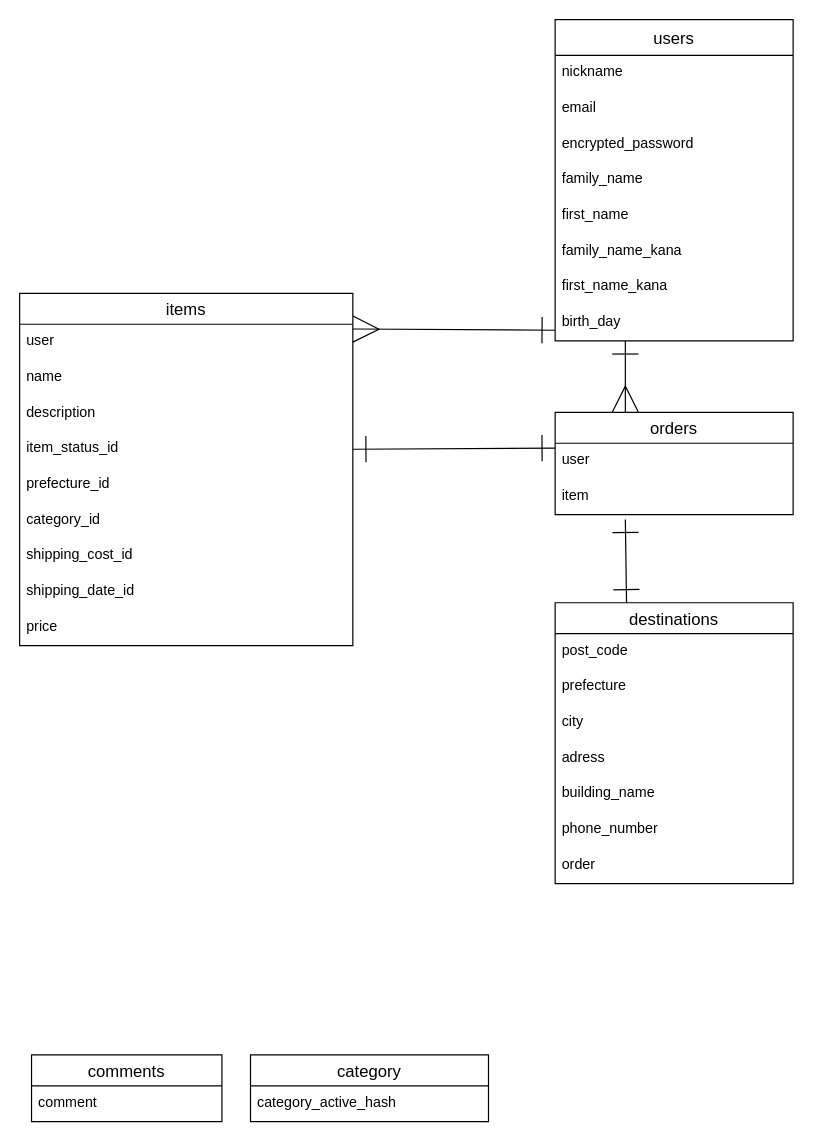
This is furima.dio from rinoa349/furima-38927, a draw.io file, before an edit. Source tidied: cells renumbered, new cells numbered last; positions are measured from the earlier drawing's top-left corner, leaving out a move shared by most shapes. Both pictures are drawn from the tidied source at 119%, with x=0, y=0 at pixel (19, 19).
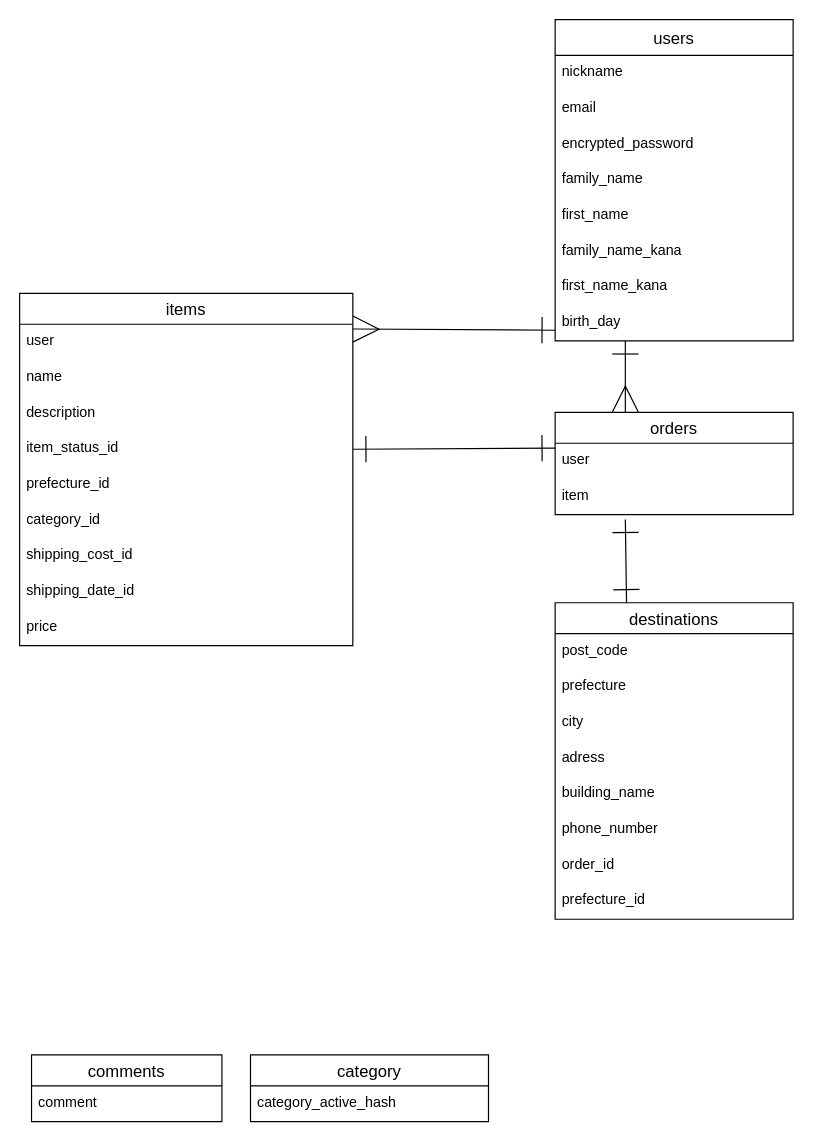
Above is the later version.

Commit message:
データベース設計3

Change to the diagram source:
```diff
@@
     <mxCell id="11" value="destinations" style="swimlane;fontStyle=0;horizontal=1;startSize=26;align=center;fontSize=14;" parent="1" vertex="1">
-      <mxGeometry x="450" y="490" width="200" height="236" as="geometry" />
+      <mxGeometry x="450" y="490" width="200" height="266" as="geometry" />
     </mxCell>
@@
-    <mxCell id="18" value="order" style="text;strokeColor=none;fillColor=none;spacingLeft=4;spacingRight=4;overflow=hidden;fontSize=12;" parent="11" vertex="1">
+    <mxCell id="18" value="order_id" style="text;strokeColor=none;fillColor=none;spacingLeft=4;spacingRight=4;overflow=hidden;fontSize=12;" parent="11" vertex="1">
       <mxGeometry y="206" width="200" height="30" as="geometry" />
     </mxCell>
+    <mxCell id="40" value="prefecture_id" style="text;strokeColor=none;fillColor=none;spacingLeft=4;spacingRight=4;overflow=hidden;fontSize=12;" parent="11" vertex="1">
+      <mxGeometry y="236" width="200" height="30" as="geometry" />
+    </mxCell>
```
